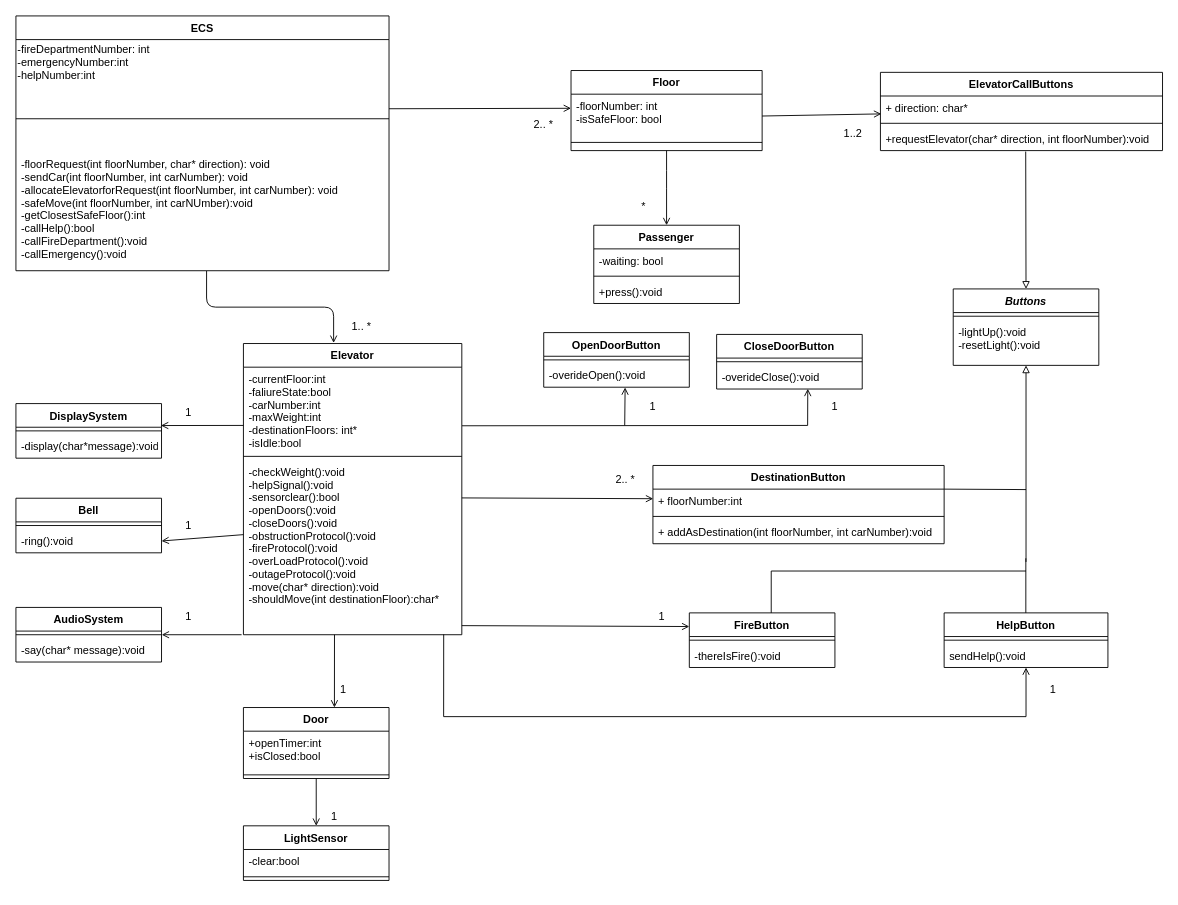
Earlier version of the draw.io diagram ELEVATOR MODEL.drawio (streaker0/UML-saves). Source tidied: cells renumbered, new cells numbered last; positions are measured from the earlier drawing's top-left corner, leaving out a move shared by most shapes. Both pictures are drawn from the tidied source at 91%, with x=0, y=0 at pixel (15, 15).
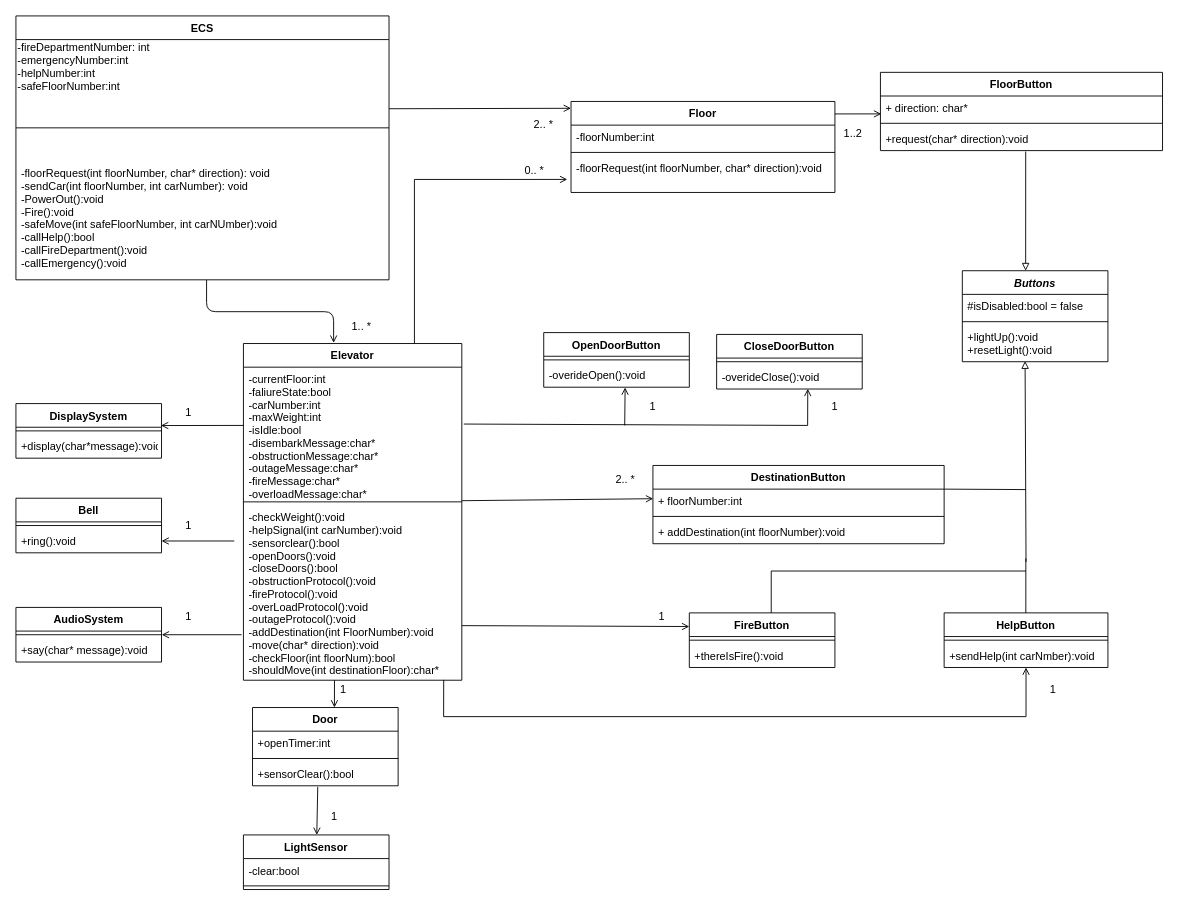
The same diagram, later.

The change refers to these unchanged cells:
```xml
<mxCell id="18" value="DisplaySystem" style="swimlane;fontStyle=1;align=center;verticalAlign=top;horizontal=1;startSize=26;" parent="1" vertex="1">
  <mxGeometry y="426" width="160" height="60" as="geometry" />
</mxCell>
<mxCell id="21" value="AudioSystem" style="swimlane;fontStyle=1;align=center;verticalAlign=top;horizontal=1;startSize=26;" parent="1" vertex="1">
  <mxGeometry y="650" width="160" height="60" as="geometry" />
</mxCell>
<mxCell id="27" value="DestinationButton" style="swimlane;fontStyle=1;align=center;verticalAlign=top;horizontal=1;startSize=26;" parent="1" vertex="1">
  <mxGeometry x="700" y="494" width="320" height="86" as="geometry" />
</mxCell>
<mxCell id="28" value="+ floorNumber:int" style="text;strokeColor=none;fillColor=none;align=left;verticalAlign=top;spacingLeft=4;spacingRight=4;overflow=hidden;points=[[0,0.5],[1,0.5]];portConstraint=eastwest;" parent="27" vertex="1">
  <mxGeometry y="26" width="320" height="26" as="geometry" />
</mxCell>
<mxCell id="32" value="+ direction: char*" style="text;strokeColor=none;fillColor=none;align=left;verticalAlign=top;spacingLeft=4;spacingRight=4;overflow=hidden;points=[[0,0.5],[1,0.5]];portConstraint=eastwest;" parent="31" vertex="1">
  <mxGeometry y="26" width="310" height="26" as="geometry" />
</mxCell>
<mxCell id="35" value="HelpButton" style="swimlane;fontStyle=1;align=center;verticalAlign=top;horizontal=1;startSize=26;" parent="1" vertex="1">
  <mxGeometry x="1020" y="656" width="180" height="60" as="geometry" />
</mxCell>
<mxCell id="38" value="FireButton" style="swimlane;fontStyle=1;align=center;verticalAlign=top;horizontal=1;startSize=26;fillColor=none;" parent="1" vertex="1">
  <mxGeometry x="740" y="656" width="160" height="60" as="geometry" />
</mxCell>
<mxCell id="62" value="Bell" style="swimlane;fontStyle=1;align=center;verticalAlign=top;horizontal=1;startSize=26;fillColor=none;" parent="1" vertex="1">
  <mxGeometry y="530" width="160" height="60" as="geometry" />
</mxCell>
```

The edit, as a diff of the source:
```diff
@@
     <mxCell id="2" value="ECS" style="swimlane;fontStyle=1;align=center;verticalAlign=top;horizontal=1;startSize=26;" parent="1" vertex="1">
-      <mxGeometry width="410" height="280" as="geometry" />
+      <mxGeometry width="410" height="290" as="geometry" />
     </mxCell>
-    <mxCell id="3" value="-fireDepartmentNumber: int&lt;br&gt;-emergencyNumber:int&lt;br&gt;-helpNumber:int" style="text;html=1;align=left;verticalAlign=middle;" parent="2" vertex="1">
-      <mxGeometry y="26" width="410" height="50" as="geometry" />
+    <mxCell id="3" value="-fireDepartmentNumber: int&lt;br&gt;-emergencyNumber:int&lt;br&gt;-helpNumber:int&lt;br&gt;-safeFloorNumber:int" style="text;html=1;align=left;verticalAlign=middle;" parent="2" vertex="1">
+      <mxGeometry y="26" width="410" height="60" as="geometry" />
     </mxCell>
     <mxCell id="4" style="line;strokeWidth=1;fillColor=none;align=left;verticalAlign=middle;spacingTop=-1;spacingLeft=3;spacingRight=3;labelPosition=right;" parent="2" vertex="1">
-      <mxGeometry y="76" width="410" height="74" as="geometry" />
+      <mxGeometry y="86" width="410" height="74" as="geometry" />
     </mxCell>
-    <mxCell id="5" value="-floorRequest(int floorNumber, char* direction): void&#10;-sendCar(int floorNumber, int carNumber): void&#10;-allocateElevatorforRequest(int floorNumber, int carNumber): void&#10;-safeMove(int floorNumber, int carNUmber):void&#10;-getClosestSafeFloor():int&#10;-callHelp():bool&#10;-callFireDepartment():void&#10;-callEmergency():void" style="text;strokeColor=none;align=left;verticalAlign=top;spacingLeft=4;spacingRight=4;overflow=hidden;points=[[0,0.5],[1,0.5]];portConstraint=eastwest;" parent="2" vertex="1">
-      <mxGeometry y="150" width="410" height="130" as="geometry" />
+    <mxCell id="5" value="-floorRequest(int floorNumber, char* direction): void&#10;-sendCar(int floorNumber, int carNumber): void&#10;-PowerOut():void&#10;-Fire():void&#10;-safeMove(int safeFloorNumber, int carNUmber):void&#10;-callHelp():bool&#10;-callFireDepartment():void&#10;-callEmergency():void" style="text;strokeColor=none;align=left;verticalAlign=top;spacingLeft=4;spacingRight=4;overflow=hidden;points=[[0,0.5],[1,0.5]];portConstraint=eastwest;" parent="2" vertex="1">
+      <mxGeometry y="160" width="410" height="130" as="geometry" />
     </mxCell>
-    <mxCell id="6" value="Floor" style="swimlane;fontStyle=1;align=center;verticalAlign=top;horizontal=1;startSize=26;" parent="1" vertex="1">
-      <mxGeometry x="610" y="60" width="210" height="88" as="geometry" />
-    </mxCell>
-    <mxCell id="7" value="-floorNumber: int&#10;-isSafeFloor: bool" style="text;strokeColor=none;fillColor=none;align=left;verticalAlign=top;spacingLeft=4;spacingRight=4;overflow=hidden;" parent="6" vertex="1">
-      <mxGeometry y="26" width="210" height="44" as="geometry" />
-    </mxCell>
-    <mxCell id="8" style="line;strokeWidth=1;fillColor=none;align=left;verticalAlign=middle;spacingTop=-1;spacingLeft=3;spacingRight=3;labelPosition=right;" parent="6" vertex="1">
-      <mxGeometry y="70" width="210" height="18" as="geometry" />
-    </mxCell>
+    <mxCell id="92" style="edgeStyle=orthogonalEdgeStyle;rounded=0;jettySize=auto;html=1;entryX=0.783;entryY=0.003;entryDx=0;entryDy=0;entryPerimeter=0;startArrow=open;startFill=0;endArrow=none;endFill=0;strokeColor=#000000;exitX=-0.014;exitY=0.642;exitDx=0;exitDy=0;exitPerimeter=0;" parent="1" edge="1" source="96" target="9">
+      <mxGeometry relative="1" as="geometry" />
+    </mxCell>
     <mxCell id="9" value="Elevator" style="swimlane;fontStyle=1;align=center;verticalAlign=top;horizontal=1;startSize=26;" parent="1" vertex="1">
-      <mxGeometry x="250" y="360" width="240" height="320" as="geometry" />
+      <mxGeometry x="250" y="360" width="240" height="370" as="geometry" />
     </mxCell>
-    <mxCell id="10" value="-currentFloor:int&#10;-faliureState:bool&#10;-carNumber:int&#10;-maxWeight:int&#10;-destinationFloors: int*&#10;-isIdle:bool&#10;" style="text;strokeColor=none;fillColor=none;align=left;verticalAlign=top;spacingLeft=4;spacingRight=4;overflow=hidden;points=[[0,0.5],[1,0.5]];portConstraint=eastwest;" parent="9" vertex="1">
-      <mxGeometry y="26" width="240" height="94" as="geometry" />
+    <mxCell id="10" value="-currentFloor:int&#10;-faliureState:bool&#10;-carNumber:int&#10;-maxWeight:int&#10;-isIdle:bool&#10;-disembarkMessage:char*&#10;-obstructionMessage:char*&#10;-outageMessage:char*&#10;-fireMessage:char*&#10;-overloadMessage:char*" style="text;strokeColor=none;fillColor=none;align=left;verticalAlign=top;spacingLeft=4;spacingRight=4;overflow=hidden;points=[[0,0.5],[1,0.5]];portConstraint=eastwest;" parent="9" vertex="1">
+      <mxGeometry y="26" width="240" height="144" as="geometry" />
     </mxCell>
@@
     <mxCell id="12" style="line;strokeWidth=1;fillColor=none;align=left;verticalAlign=middle;spacingTop=-1;spacingLeft=3;spacingRight=3;labelPosition=right;points=[];portConstraint=eastwest;" parent="9" vertex="1">
-      <mxGeometry y="120" width="240" height="8" as="geometry" />
+      <mxGeometry y="170" width="240" height="8" as="geometry" />
     </mxCell>
     <mxCell id="13" style="endArrow=open;html=1;strokeColor=#000000;entryX=1;entryY=0.5;entryDx=0;entryDy=0;endFill=0;" parent="9" edge="1" target="64">
       <mxGeometry relative="1" as="geometry">
-        <mxPoint y="210" as="sourcePoint" />
+        <mxPoint x="-10" y="217" as="sourcePoint" />
       </mxGeometry>
     </mxCell>
-    <mxCell id="14" value="-checkWeight():void&#10;-helpSignal():void&#10;-sensorclear():bool&#10;-openDoors():void&#10;-closeDoors():void&#10;-obstructionProtocol():void&#10;-fireProtocol():void&#10;-overLoadProtocol():void&#10;-outageProtocol():void&#10;-move(char* direction):void&#10;-shouldMove(int destinationFloor):char*&#10;" style="text;strokeColor=none;fillColor=none;align=left;verticalAlign=top;spacingLeft=4;spacingRight=4;overflow=hidden;points=[[0,0.5],[1,0.5]];portConstraint=eastwest;" parent="9" vertex="1">
-      <mxGeometry y="128" width="240" height="192" as="geometry" />
+    <mxCell id="14" value="-checkWeight():void&#10;-helpSignal(int carNumber):void&#10;-sensorclear():bool&#10;-openDoors():void&#10;-closeDoors():bool&#10;-obstructionProtocol():void&#10;-fireProtocol():void&#10;-overLoadProtocol():void&#10;-outageProtocol():void&#10;-addDestination(int FloorNumber):void&#10;-move(char* direction):void&#10;-checkFloor(int floorNum):bool&#10;-shouldMove(int destinationFloor):char*&#10;" style="text;strokeColor=none;fillColor=none;align=left;verticalAlign=top;spacingLeft=4;spacingRight=4;overflow=hidden;points=[[0,0.5],[1,0.5]];portConstraint=eastwest;" parent="9" vertex="1">
+      <mxGeometry y="178" width="240" height="192" as="geometry" />
     </mxCell>
-    <mxCell id="15" value="Door" style="swimlane;fontStyle=1;align=center;verticalAlign=top;horizontal=1;startSize=26;" parent="1" vertex="1">
-      <mxGeometry x="250" y="760" width="160" height="78" as="geometry" />
-    </mxCell>
-    <mxCell id="16" value="+openTimer:int&#10;+isClosed:bool" style="text;strokeColor=none;fillColor=none;align=left;verticalAlign=top;spacingLeft=4;spacingRight=4;overflow=hidden;" parent="15" vertex="1">
-      <mxGeometry y="26" width="160" height="44" as="geometry" />
-    </mxCell>
-    <mxCell id="17" style="line;strokeWidth=1;fillColor=none;align=left;verticalAlign=middle;spacingTop=-1;spacingLeft=3;spacingRight=3;labelPosition=right;" parent="15" vertex="1">
-      <mxGeometry y="70" width="160" height="8" as="geometry" />
-    </mxCell>
@@
-    <mxCell id="20" value="-display(char*message):void" style="text;strokeColor=none;fillColor=none;align=left;verticalAlign=top;spacingLeft=4;spacingRight=4;overflow=hidden;" parent="18" vertex="1">
+    <mxCell id="20" value="+display(char*message):void" style="text;strokeColor=none;fillColor=none;align=left;verticalAlign=top;spacingLeft=4;spacingRight=4;overflow=hidden;" parent="18" vertex="1">
       <mxGeometry y="34" width="160" height="26" as="geometry" />
     </mxCell>
@@
-    <mxCell id="23" value="-say(char* message):void" style="text;strokeColor=none;fillColor=none;align=left;verticalAlign=top;spacingLeft=4;spacingRight=4;overflow=hidden;" parent="21" vertex="1">
+    <mxCell id="23" value="+say(char* message):void" style="text;strokeColor=none;fillColor=none;align=left;verticalAlign=top;spacingLeft=4;spacingRight=4;overflow=hidden;" parent="21" vertex="1">
       <mxGeometry y="34" width="160" height="26" as="geometry" />
     </mxCell>
-    <mxCell id="24" value="Buttons" style="swimlane;fontStyle=3;align=center;verticalAlign=top;horizontal=1;startSize=26;" parent="1" vertex="1">
-      <mxGeometry x="1030" y="300" width="160" height="84" as="geometry" />
-    </mxCell>
-    <mxCell id="25" style="line;strokeWidth=1;fillColor=none;align=left;verticalAlign=middle;spacingTop=-1;spacingLeft=3;spacingRight=3;labelPosition=right;" parent="24" vertex="1">
-      <mxGeometry y="26" width="160" height="8" as="geometry" />
-    </mxCell>
-    <mxCell id="26" value="-lightUp():void&#10;-resetLight():void" style="text;strokeColor=none;fillColor=none;align=left;verticalAlign=top;spacingLeft=4;spacingRight=4;overflow=hidden;" parent="24" vertex="1">
-      <mxGeometry y="34" width="160" height="50" as="geometry" />
-    </mxCell>
@@
-    <mxCell id="30" value="+ addAsDestination(int floorNumber, int carNumber):void" style="text;strokeColor=none;fillColor=none;align=left;verticalAlign=top;spacingLeft=4;spacingRight=4;overflow=hidden;" parent="27" vertex="1">
+    <mxCell id="30" value="+ addDestination(int floorNumber):void" style="text;strokeColor=none;fillColor=none;align=left;verticalAlign=top;spacingLeft=4;spacingRight=4;overflow=hidden;" parent="27" vertex="1">
       <mxGeometry y="60" width="320" height="26" as="geometry" />
     </mxCell>
-    <mxCell id="31" value="ElevatorCallButtons" style="swimlane;fontStyle=1;align=center;verticalAlign=top;horizontal=1;startSize=26;" parent="1" vertex="1">
+    <mxCell id="31" value="FloorButton" style="swimlane;fontStyle=1;align=center;verticalAlign=top;horizontal=1;startSize=26;" parent="1" vertex="1">
       <mxGeometry x="950" y="62" width="310" height="86" as="geometry" />
     </mxCell>
@@
-    <mxCell id="34" value="+requestElevator(char* direction, int floorNumber):void" style="text;strokeColor=none;fillColor=none;align=left;verticalAlign=top;spacingLeft=4;spacingRight=4;overflow=hidden;points=[[0,0.5],[1,0.5]];portConstraint=eastwest;" parent="31" vertex="1">
+    <mxCell id="34" value="+request(char* direction):void" style="text;strokeColor=none;fillColor=none;align=left;verticalAlign=top;spacingLeft=4;spacingRight=4;overflow=hidden;points=[[0,0.5],[1,0.5]];portConstraint=eastwest;" parent="31" vertex="1">
       <mxGeometry y="60" width="310" height="26" as="geometry" />
     </mxCell>
@@
-    <mxCell id="37" value="sendHelp():void" style="text;strokeColor=none;fillColor=none;align=left;verticalAlign=top;spacingLeft=4;spacingRight=4;overflow=hidden;points=[[0,0.5],[1,0.5]];portConstraint=eastwest;" parent="35" vertex="1">
+    <mxCell id="37" value="+sendHelp(int carNmber):void" style="text;strokeColor=none;fillColor=none;align=left;verticalAlign=top;spacingLeft=4;spacingRight=4;overflow=hidden;points=[[0,0.5],[1,0.5]];portConstraint=eastwest;" parent="35" vertex="1">
       <mxGeometry y="34" width="180" height="26" as="geometry" />
     </mxCell>
@@
-    <mxCell id="40" value="-thereIsFire():void" style="text;strokeColor=none;fillColor=none;align=left;verticalAlign=top;spacingLeft=4;spacingRight=4;overflow=hidden;" parent="38" vertex="1">
+    <mxCell id="40" value="+thereIsFire():void" style="text;strokeColor=none;fillColor=none;align=left;verticalAlign=top;spacingLeft=4;spacingRight=4;overflow=hidden;" parent="38" vertex="1">
       <mxGeometry y="34" width="160" height="26" as="geometry" />
     </mxCell>
@@
-    <mxCell id="44" style="endArrow=block;html=1;strokeColor=#000000;endFill=0;" parent="1" edge="1">
+    <mxCell id="44" style="endArrow=block;html=1;strokeColor=#000000;endFill=0;entryX=0.431;entryY=0.982;entryDx=0;entryDy=0;entryPerimeter=0;" parent="1" edge="1" target="102">
       <mxGeometry relative="1" as="geometry">
         <mxPoint x="1110" y="600" as="sourcePoint" />
-        <mxPoint x="1110" y="384" as="targetPoint" />
       </mxGeometry>
     </mxCell>
@@
-    <mxCell id="46" style="endArrow=none;html=1;strokeColor=#000000;entryX=0.515;entryY=1.04;entryDx=0;entryDy=0;entryPerimeter=0;startArrow=block;startFill=0;" parent="1" edge="1" target="34">
-      <mxGeometry relative="1" as="geometry">
-        <mxPoint x="1110" y="300" as="sourcePoint" />
-      </mxGeometry>
+    <mxCell id="46" style="endArrow=none;html=1;strokeColor=#000000;entryX=0.515;entryY=1.04;entryDx=0;entryDy=0;entryPerimeter=0;startArrow=block;startFill=0;exitX=0.435;exitY=0;exitDx=0;exitDy=0;exitPerimeter=0;" parent="1" edge="1" source="24" target="34">
+      <mxGeometry relative="1" as="geometry" />
     </mxCell>
-    <mxCell id="47" style="endArrow=open;html=1;strokeColor=#000000;entryX=0.003;entryY=0.756;entryDx=0;entryDy=0;entryPerimeter=0;endFill=0;" parent="1" edge="1" target="32">
-      <mxGeometry relative="1" as="geometry">
-        <mxPoint x="820" y="110" as="sourcePoint" />
-      </mxGeometry>
+    <mxCell id="47" style="endArrow=open;html=1;strokeColor=#000000;entryX=0.003;entryY=0.756;entryDx=0;entryDy=0;entryPerimeter=0;endFill=0;exitX=1;exitY=0.137;exitDx=0;exitDy=0;exitPerimeter=0;" parent="1" edge="1" source="6" target="32">
+      <mxGeometry relative="1" as="geometry" />
     </mxCell>
-    <mxCell id="48" style="endArrow=open;html=1;strokeColor=#000000;entryX=0.001;entryY=0.405;entryDx=0;entryDy=0;endFill=0;exitX=1;exitY=0.217;exitDx=0;exitDy=0;exitPerimeter=0;entryPerimeter=0;" parent="1" edge="1" source="14" target="28">
+    <mxCell id="48" style="endArrow=open;html=1;strokeColor=#000000;entryX=0.001;entryY=0.405;entryDx=0;entryDy=0;endFill=0;entryPerimeter=0;" parent="1" edge="1" source="12" target="28">
       <mxGeometry relative="1" as="geometry" />
     </mxCell>
@@
-    <mxCell id="54" style="endArrow=open;html=1;strokeColor=#000000;entryX=0.625;entryY=0;entryDx=0;entryDy=0;endFill=0;exitX=0.417;exitY=1;exitDx=0;exitDy=0;exitPerimeter=0;entryPerimeter=0;" parent="1" edge="1" source="14" target="15">
-      <mxGeometry relative="1" as="geometry" />
+    <mxCell id="54" style="endArrow=open;html=1;strokeColor=#000000;entryX=0.625;entryY=0;entryDx=0;entryDy=0;endFill=0;exitX=0.417;exitY=1;exitDx=0;exitDy=0;exitPerimeter=0;entryPerimeter=0;" parent="1" edge="1" source="14">
+      <mxGeometry relative="1" as="geometry">
+        <mxPoint x="350" y="760" as="targetPoint" />
+      </mxGeometry>
     </mxCell>
@@
-    <mxCell id="56" value="Passenger" style="swimlane;fontStyle=1;align=center;verticalAlign=top;horizontal=1;startSize=26;fillColor=none;" parent="1" vertex="1">
-      <mxGeometry x="635" y="230" width="160" height="86" as="geometry" />
-    </mxCell>
-    <mxCell id="57" value="-waiting: bool" style="text;strokeColor=none;fillColor=none;align=left;verticalAlign=top;spacingLeft=4;spacingRight=4;overflow=hidden;" parent="56" vertex="1">
-      <mxGeometry y="26" width="160" height="26" as="geometry" />
-    </mxCell>
-    <mxCell id="58" style="line;strokeWidth=1;fillColor=none;align=left;verticalAlign=middle;spacingTop=-1;spacingLeft=3;spacingRight=3;labelPosition=right;" parent="56" vertex="1">
-      <mxGeometry y="52" width="160" height="8" as="geometry" />
-    </mxCell>
-    <mxCell id="59" value="+press():void" style="text;strokeColor=none;fillColor=none;align=left;verticalAlign=top;spacingLeft=4;spacingRight=4;overflow=hidden;" parent="56" vertex="1">
-      <mxGeometry y="60" width="160" height="26" as="geometry" />
-    </mxCell>
-    <mxCell id="60" style="endArrow=open;html=1;strokeColor=#000000;entryX=0.5;entryY=0;entryDx=0;entryDy=0;endFill=0;exitX=0.5;exitY=1;exitDx=0;exitDy=0;" parent="1" edge="1" source="6" target="56">
-      <mxGeometry relative="1" as="geometry">
-        <Array as="points">
-          <mxPoint x="715" y="180" />
-        </Array>
-      </mxGeometry>
-    </mxCell>
@@
-    <mxCell id="64" value="-ring():void" style="text;strokeColor=none;fillColor=none;align=left;verticalAlign=top;spacingLeft=4;spacingRight=4;overflow=hidden;points=[[0,0.5],[1,0.5]];portConstraint=eastwest;" parent="62" vertex="1">
+    <mxCell id="64" value="+ring():void" style="text;strokeColor=none;fillColor=none;align=left;verticalAlign=top;spacingLeft=4;spacingRight=4;overflow=hidden;points=[[0,0.5],[1,0.5]];portConstraint=eastwest;" parent="62" vertex="1">
       <mxGeometry y="34" width="160" height="26" as="geometry" />
     </mxCell>
@@
-    <mxCell id="72" style="endArrow=none;html=1;strokeColor=#000000;entryX=1.001;entryY=0.685;entryDx=0;entryDy=0;endFill=0;entryPerimeter=0;" parent="1" edge="1" target="10">
+    <mxCell id="72" style="endArrow=none;html=1;strokeColor=#000000;endFill=0;entryX=1.009;entryY=0.434;entryDx=0;entryDy=0;entryPerimeter=0;" parent="1" edge="1" target="10">
       <mxGeometry relative="1" as="geometry">
         <mxPoint x="870" y="450" as="sourcePoint" />
       </mxGeometry>
     </mxCell>
@@
     <mxCell id="74" value="LightSensor" style="swimlane;fontStyle=1;align=center;verticalAlign=top;horizontal=1;startSize=26;fillColor=none;" parent="1" vertex="1">
-      <mxGeometry x="250" y="890" width="160" height="60" as="geometry" />
+      <mxGeometry x="250" y="900" width="160" height="60" as="geometry" />
     </mxCell>
@@
-    <mxCell id="77" style="endArrow=open;html=1;strokeColor=#000000;endFill=0;exitX=0.5;exitY=1;exitDx=0;exitDy=0;" parent="1" edge="1" source="15" target="74">
+    <mxCell id="77" style="endArrow=open;html=1;strokeColor=#000000;endFill=0;exitX=0.448;exitY=1.045;exitDx=0;exitDy=0;exitPerimeter=0;" parent="1" edge="1" source="99" target="74">
       <mxGeometry relative="1" as="geometry" />
     </mxCell>
@@
-    <mxCell id="80" value="*" style="text;html=1;strokeColor=none;fillColor=none;align=center;verticalAlign=middle;whiteSpace=wrap;rounded=0;" parent="1" vertex="1">
-      <mxGeometry x="670" y="200" width="40" height="20" as="geometry" />
-    </mxCell>
@@
+    <mxCell id="93" value="0.. *" style="text;html=1;strokeColor=none;fillColor=none;align=center;verticalAlign=middle;whiteSpace=wrap;rounded=0;" parent="1" vertex="1">
+      <mxGeometry x="550" y="160" width="40" height="20" as="geometry" />
+    </mxCell>
+    <mxCell id="6" value="Floor" style="swimlane;fontStyle=1;align=center;verticalAlign=top;horizontal=1;startSize=26;fillColor=none;" parent="1" vertex="1">
+      <mxGeometry x="610" y="94" width="290" height="100" as="geometry" />
+    </mxCell>
+    <mxCell id="94" value="-floorNumber:int" style="text;strokeColor=none;fillColor=none;align=left;verticalAlign=top;spacingLeft=4;spacingRight=4;overflow=hidden;" parent="6" vertex="1">
+      <mxGeometry y="26" width="290" height="26" as="geometry" />
+    </mxCell>
+    <mxCell id="95" style="line;strokeWidth=1;fillColor=none;align=left;verticalAlign=middle;spacingTop=-1;spacingLeft=3;spacingRight=3;labelPosition=right;" parent="6" vertex="1">
+      <mxGeometry y="52" width="290" height="8" as="geometry" />
+    </mxCell>
+    <mxCell id="96" value="-floorRequest(int floorNumber, char* direction):void" style="text;strokeColor=none;fillColor=none;align=left;verticalAlign=top;spacingLeft=4;spacingRight=4;overflow=hidden;points=[[0,0.5],[1,0.5]];portConstraint=eastwest;" parent="6" vertex="1">
+      <mxGeometry y="60" width="290" height="40" as="geometry" />
+    </mxCell>
+    <mxCell id="15" value="Door" style="swimlane;fontStyle=1;align=center;verticalAlign=top;horizontal=1;startSize=26;fillColor=none;" parent="1" vertex="1">
+      <mxGeometry x="260" y="760" width="160" height="86" as="geometry" />
+    </mxCell>
+    <mxCell id="97" value="+openTimer:int" style="text;strokeColor=none;fillColor=none;align=left;verticalAlign=top;spacingLeft=4;spacingRight=4;overflow=hidden;" parent="15" vertex="1">
+      <mxGeometry y="26" width="160" height="26" as="geometry" />
+    </mxCell>
+    <mxCell id="98" style="line;strokeWidth=1;fillColor=none;align=left;verticalAlign=middle;spacingTop=-1;spacingLeft=3;spacingRight=3;labelPosition=right;" parent="15" vertex="1">
+      <mxGeometry y="52" width="160" height="8" as="geometry" />
+    </mxCell>
+    <mxCell id="99" value="+sensorClear():bool" style="text;strokeColor=none;fillColor=none;align=left;verticalAlign=top;spacingLeft=4;spacingRight=4;overflow=hidden;points=[[0,0.5],[1,0.5]];portConstraint=eastwest;" parent="15" vertex="1">
+      <mxGeometry y="60" width="160" height="26" as="geometry" />
+    </mxCell>
+    <mxCell id="24" value="Buttons" style="swimlane;fontStyle=3;align=center;verticalAlign=top;horizontal=1;startSize=26;fillColor=none;" parent="1" vertex="1">
+      <mxGeometry x="1040" y="280" width="160" height="100" as="geometry" />
+    </mxCell>
+    <mxCell id="100" value="#isDisabled:bool = false" style="text;strokeColor=none;fillColor=none;align=left;verticalAlign=top;spacingLeft=4;spacingRight=4;overflow=hidden;" parent="24" vertex="1">
+      <mxGeometry y="26" width="160" height="26" as="geometry" />
+    </mxCell>
+    <mxCell id="101" style="line;strokeWidth=1;fillColor=none;align=left;verticalAlign=middle;spacingTop=-1;spacingLeft=3;spacingRight=3;labelPosition=right;" parent="24" vertex="1">
+      <mxGeometry y="52" width="160" height="8" as="geometry" />
+    </mxCell>
+    <mxCell id="102" value="+lightUp():void &#10;+resetLight():void" style="text;strokeColor=none;fillColor=none;align=left;verticalAlign=top;spacingLeft=4;spacingRight=4;overflow=hidden;points=[[0,0.5],[1,0.5]];portConstraint=eastwest;" parent="24" vertex="1">
+      <mxGeometry y="60" width="160" height="40" as="geometry" />
+    </mxCell>
```
